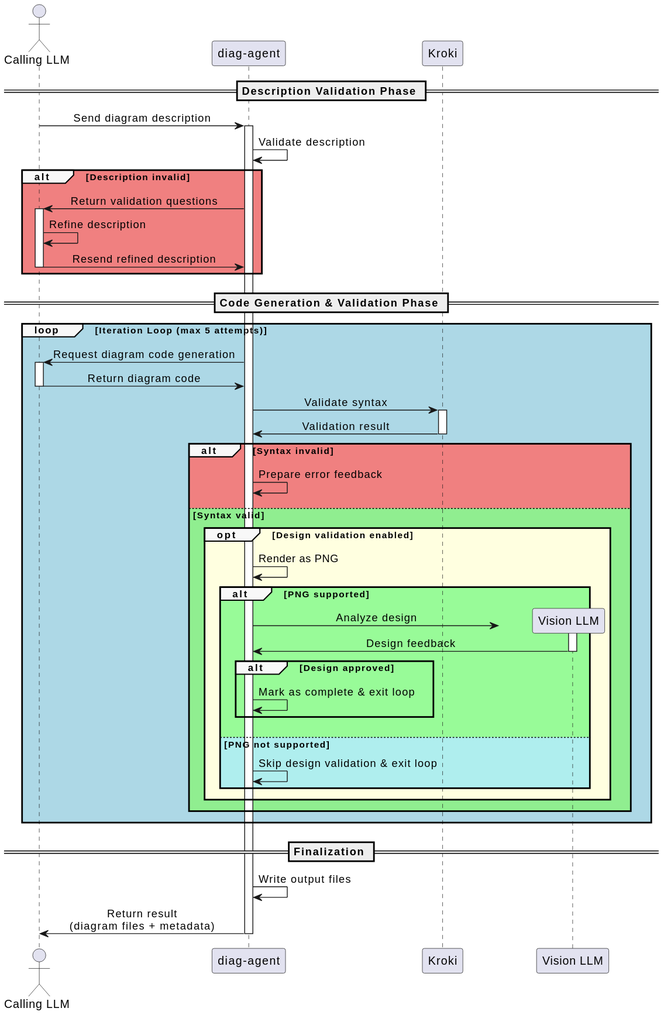
Before: docs/diagrams/orchestrator-workflow.svg, a diagram exported from PlantUML (docToolchain/diag-agent). The source it was exported from:
```plantuml
@startuml
!pragma teoz true

skinparam sequenceMessageAlign center
skinparam BoxPadding 15
skinparam ParticipantPadding 40
skinparam SequenceBoxBorderColor #888888
skinparam SequenceGroupBorderThickness 2
skinparam SequenceGroupHeaderFontSize 12
skinparam SequenceGroupHeaderFontStyle bold
skinparam SequenceGroupBackgroundColor #F8F8F8

actor "Calling LLM" as LLM
participant "diag-agent" as Agent
participant "Kroki" as Kroki

== Description Validation Phase ==

LLM -> Agent: Send diagram description
activate Agent
Agent -> Agent: Validate description

alt #LightCoral Description invalid
    Agent -> LLM: Return validation questions
    activate LLM
    LLM -> LLM: Refine description
    LLM -> Agent: Resend refined description
    deactivate LLM
end

== Code Generation & Validation Phase ==

loop #LightBlue Iteration Loop (max 5 attempts)

    Agent -> LLM: Request diagram code generation
    activate LLM
    LLM -> Agent: Return diagram code
    deactivate LLM

    Agent -> Kroki: Validate syntax
    activate Kroki
    Kroki -> Agent: Validation result
    deactivate Kroki

    alt #LightCoral Syntax invalid
        Agent -> Agent: Prepare error feedback
    else #LightGreen Syntax valid
        opt #LightYellow Design validation enabled
            Agent -> Agent: Render as PNG

            alt #PaleGreen PNG supported
                create participant "Vision LLM" as Vision
                Agent -> Vision: Analyze design
                activate Vision
                Vision -> Agent: Design feedback
                deactivate Vision

                alt Design approved
                    Agent -> Agent: Mark as complete & exit loop
                end
            else #PaleTurquoise PNG not supported
                Agent -> Agent: Skip design validation & exit loop
            end
        end
    end
end

== Finalization ==

Agent -> Agent: Write output files
Agent -> LLM: Return result\n(diagram files + metadata)
deactivate Agent
@enduml
```
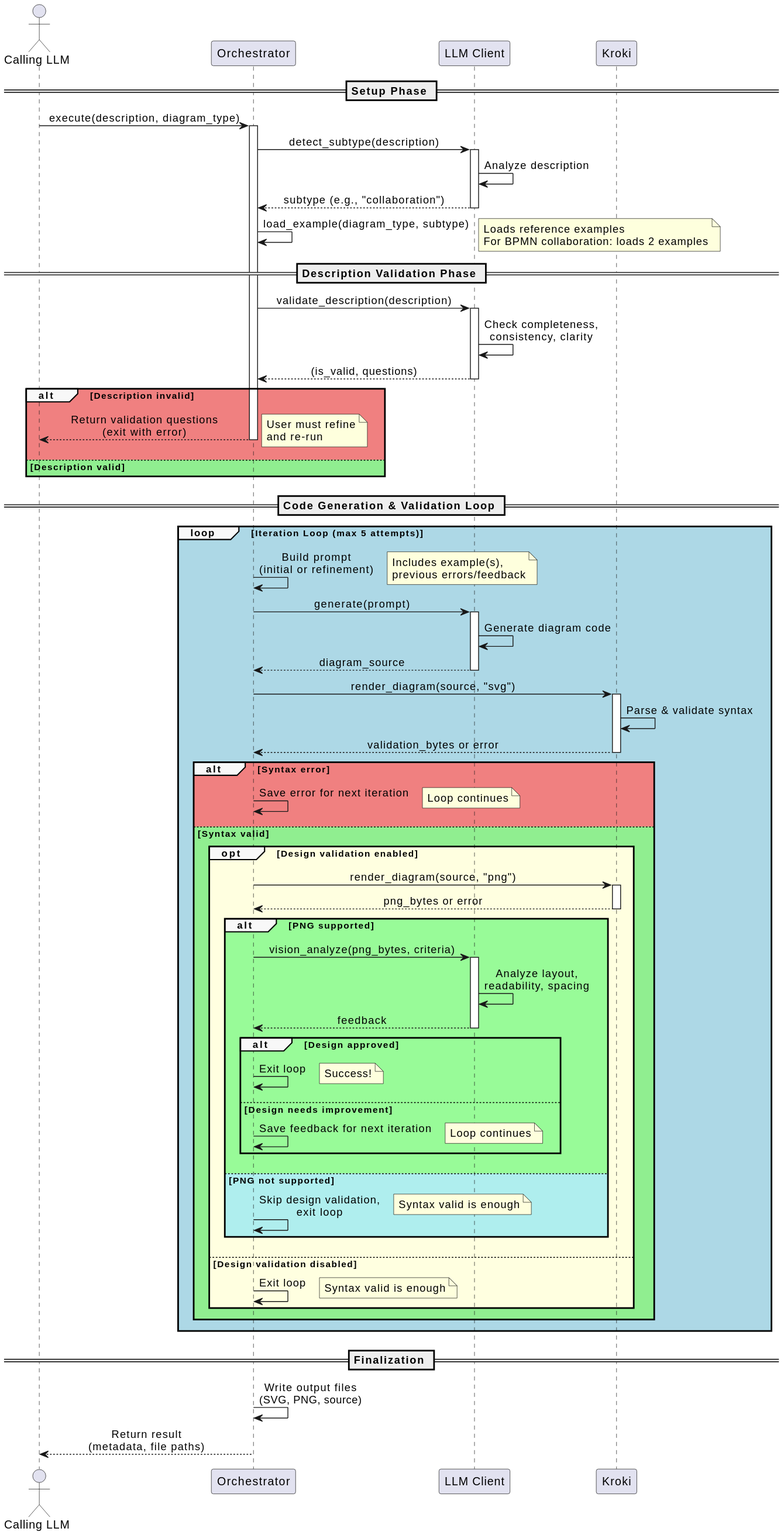
The same file after the commit.

Commit message:
fix: correct orchestrator workflow sequence diagram inaccuracies

The edit, as a diff of the source:
```diff
@@ -10,64 +10,100 @@
 skinparam SequenceGroupHeaderFontStyle bold
 skinparam SequenceGroupBackgroundColor #F8F8F8
 
-actor "Calling LLM" as LLM
-participant "diag-agent" as Agent
+actor "Calling LLM" as User
+participant "Orchestrator" as Orch
+participant "LLM Client" as LLM
 participant "Kroki" as Kroki
+
+== Setup Phase ==
+
+User -> Orch: execute(description, diagram_type)
+activate Orch
+
+Orch -> LLM: detect_subtype(description)
+activate LLM
+LLM -> LLM: Analyze description
+LLM --> Orch: subtype (e.g., "collaboration")
+deactivate LLM
+
+Orch -> Orch: load_example(diagram_type, subtype)
+note right: Loads reference examples\nFor BPMN collaboration: loads 2 examples
 
 == Description Validation Phase ==
 
-LLM -> Agent: Send diagram description
-activate Agent
-Agent -> Agent: Validate description
+Orch -> LLM: validate_description(description)
+activate LLM
+LLM -> LLM: Check completeness,\nconsistency, clarity
+LLM --> Orch: (is_valid, questions)
+deactivate LLM
 
 alt #LightCoral Description invalid
-    Agent -> LLM: Return validation questions
-    activate LLM
-    LLM -> LLM: Refine description
-    LLM -> Agent: Resend refined description
-    deactivate LLM
+    Orch --> User: Return validation questions\n(exit with error)
+    note right: User must refine\nand re-run
+    deactivate Orch
+else #LightGreen Description valid
+    note right: Continue to generation
 end
 
-== Code Generation & Validation Phase ==
+== Code Generation & Validation Loop ==
 
 loop #LightBlue Iteration Loop (max 5 attempts)
 
-    Agent -> LLM: Request diagram code generation
+    Orch -> Orch: Build prompt\n(initial or refinement)
+    note right: Includes example(s),\nprevious errors/feedback
+
+    Orch -> LLM: generate(prompt)
     activate LLM
-    LLM -> Agent: Return diagram code
+    LLM -> LLM: Generate diagram code
+    LLM --> Orch: diagram_source
     deactivate LLM
 
-    Agent -> Kroki: Validate syntax
+    Orch -> Kroki: render_diagram(source, "svg")
     activate Kroki
-    Kroki -> Agent: Validation result
+    Kroki -> Kroki: Parse & validate syntax
+    Kroki --> Orch: validation_bytes or error
     deactivate Kroki
 
-    alt #LightCoral Syntax invalid
-        Agent -> Agent: Prepare error feedback
+    alt #LightCoral Syntax error
+        Orch -> Orch: Save error for next iteration
+        note right: Loop continues
     else #LightGreen Syntax valid
+
         opt #LightYellow Design validation enabled
-            Agent -> Agent: Render as PNG
+
+            Orch -> Kroki: render_diagram(source, "png")
+            activate Kroki
+            Kroki --> Orch: png_bytes or error
+            deactivate Kroki
 
             alt #PaleGreen PNG supported
-                create participant "Vision LLM" as Vision
-                Agent -> Vision: Analyze design
-                activate Vision
-                Vision -> Agent: Design feedback
-                deactivate Vision
+                Orch -> LLM: vision_analyze(png_bytes, criteria)
+                activate LLM
+                LLM -> LLM: Analyze layout,\nreadability, spacing
+                LLM --> Orch: feedback
+                deactivate LLM
 
                 alt Design approved
-                    Agent -> Agent: Mark as complete & exit loop
+                    Orch -> Orch: Exit loop
+                    note right: Success!
+                else Design needs improvement
+                    Orch -> Orch: Save feedback for next iteration
+                    note right: Loop continues
                 end
             else #PaleTurquoise PNG not supported
-                Agent -> Agent: Skip design validation & exit loop
+                Orch -> Orch: Skip design validation,\nexit loop
+                note right: Syntax valid is enough
             end
+        else Design validation disabled
+            Orch -> Orch: Exit loop
+            note right: Syntax valid is enough
         end
     end
 end
 
 == Finalization ==
 
-Agent -> Agent: Write output files
-Agent -> LLM: Return result\n(diagram files + metadata)
-deactivate Agent
+Orch -> Orch: Write output files\n(SVG, PNG, source)
+Orch --> User: Return result\n(metadata, file paths)
+deactivate Orch
 @enduml
```
